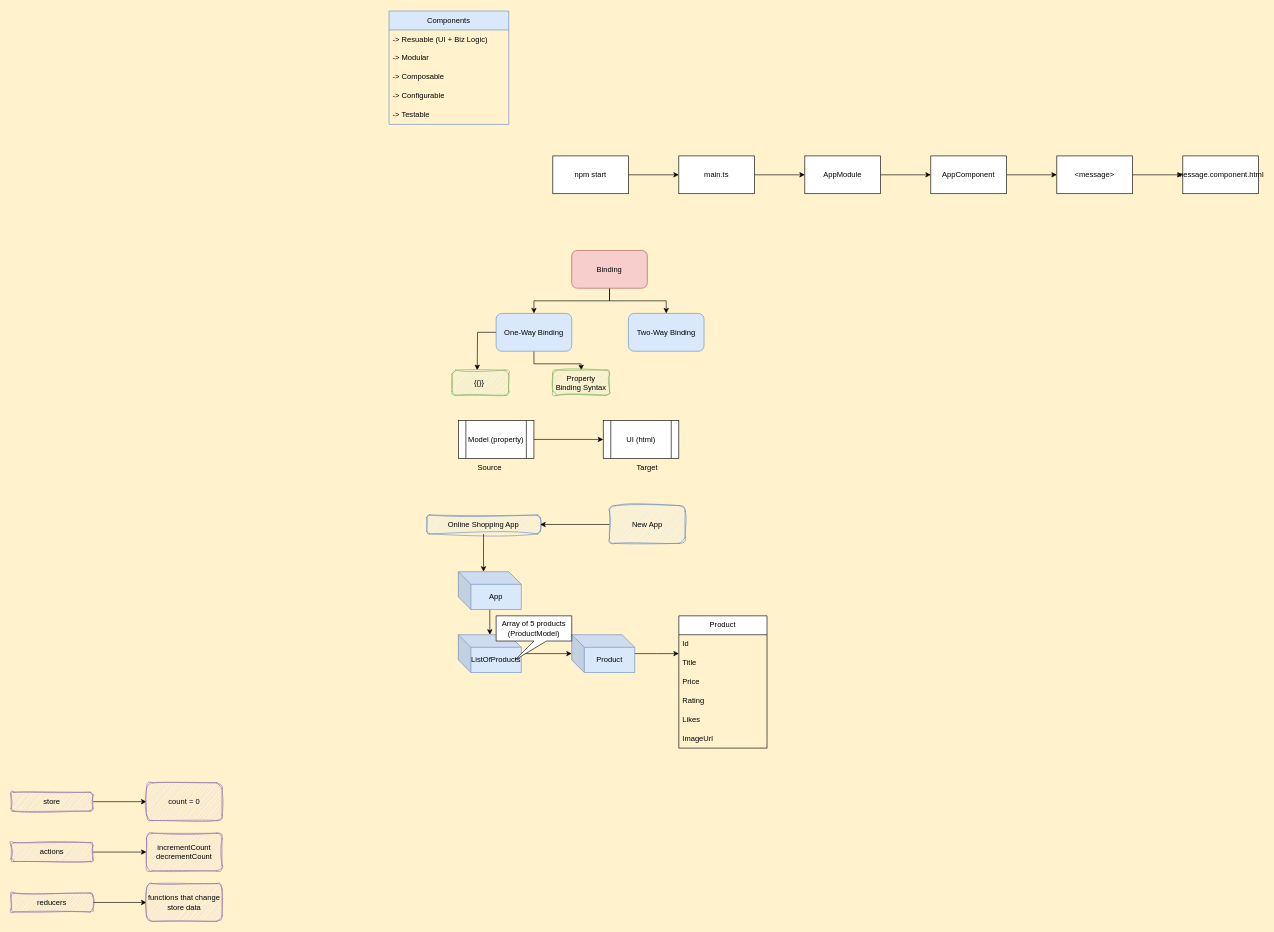
Earlier version of the draw.io diagram SupportingDocs/SRP_ANG.drawio (SumeetWajpe/SRP_ANG_March_24). Source tidied: cells renumbered, new cells numbered last; positions are measured from the earlier drawing's top-left corner, leaving out a move shared by most shapes. Both pictures are drawn from the tidied source at 63%, with x=0, y=0 at pixel (11, 11).
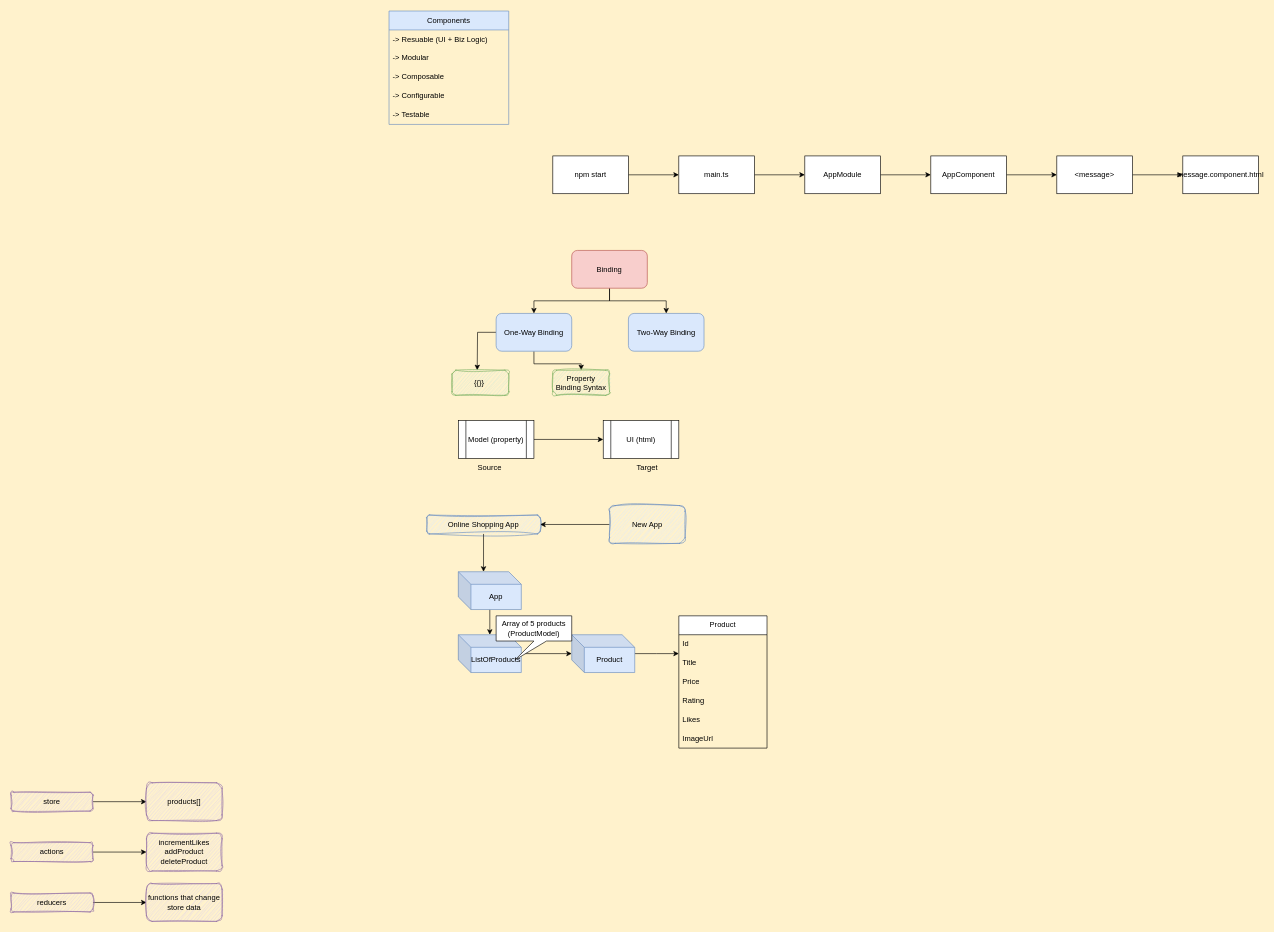
Above is the later version.

Diff of the diagram source:
```diff
@@
-    <mxCell id="53" value="count = 0" style="whiteSpace=wrap;html=1;fillColor=#e1d5e7;strokeColor=#9673a6;rounded=1;sketch=1;curveFitting=1;jiggle=2;" parent="1" vertex="1">
+    <mxCell id="53" value="products[]" style="whiteSpace=wrap;html=1;fillColor=#e1d5e7;strokeColor=#9673a6;rounded=1;sketch=1;curveFitting=1;jiggle=2;" parent="1" vertex="1">
       <mxGeometry x="215" y="1225" width="120" height="60" as="geometry" />
     </mxCell>
@@
-    <mxCell id="56" value="incrementCount&lt;div&gt;decrementCount&lt;/div&gt;" style="whiteSpace=wrap;html=1;fillColor=#e1d5e7;strokeColor=#9673a6;rounded=1;sketch=1;curveFitting=1;jiggle=2;" parent="1" vertex="1">
+    <mxCell id="56" value="incrementLikes&lt;div&gt;addProduct&lt;/div&gt;&lt;div&gt;deleteProduct&lt;/div&gt;" style="whiteSpace=wrap;html=1;fillColor=#e1d5e7;strokeColor=#9673a6;rounded=1;sketch=1;curveFitting=1;jiggle=2;" parent="1" vertex="1">
       <mxGeometry x="215" y="1305" width="120" height="60" as="geometry" />
     </mxCell>
```
